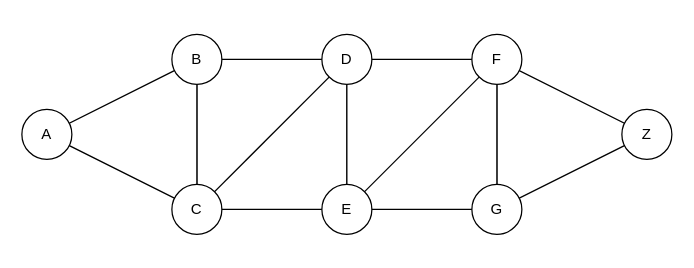
Above: Dijkstra.drawio in obamaspy/Random-stuff (draw.io), before the change. Source tidied: cells renumbered, new cells numbered last; positions are measured from the earlier drawing's top-left corner, leaving out a move shared by most shapes. Both pictures are drawn from the tidied source at 125%, with x=0, y=0 at pixel (21, 34).
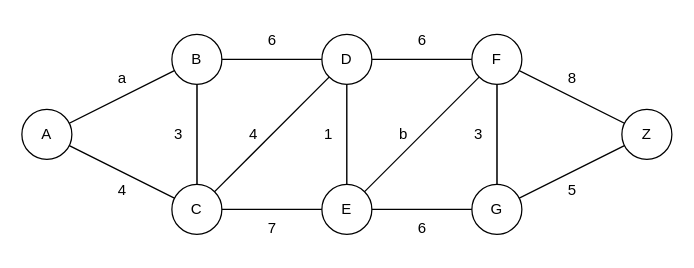
The same diagram, later.

The edit, as a diff of the source:
```diff
@@
+    <mxCell id="16" value="4" style="text;html=1;align=center;verticalAlign=middle;strokeColor=none;fillColor=none;" parent="1" vertex="1">
+      <mxGeometry x="65" y="110" width="30" height="30" as="geometry" />
+    </mxCell>
+    <mxCell id="17" value="3" style="text;html=1;align=center;verticalAlign=middle;strokeColor=none;fillColor=none;" parent="1" vertex="1">
+      <mxGeometry x="110" y="65" width="30" height="30" as="geometry" />
+    </mxCell>
+    <mxCell id="18" value="a" style="text;html=1;align=center;verticalAlign=middle;strokeColor=none;fillColor=none;" parent="1" vertex="1">
+      <mxGeometry x="65" y="20" width="30" height="30" as="geometry" />
+    </mxCell>
+    <mxCell id="19" value="6" style="text;html=1;align=center;verticalAlign=middle;strokeColor=none;fillColor=none;" parent="1" vertex="1">
+      <mxGeometry x="185" y="-10" width="30" height="30" as="geometry" />
+    </mxCell>
+    <mxCell id="20" value="1" style="text;html=1;align=center;verticalAlign=middle;strokeColor=none;fillColor=none;" parent="1" vertex="1">
+      <mxGeometry x="230" y="65" width="30" height="30" as="geometry" />
+    </mxCell>
+    <mxCell id="21" value="4" style="text;html=1;align=center;verticalAlign=middle;strokeColor=none;fillColor=none;" parent="1" vertex="1">
+      <mxGeometry x="170" y="65" width="30" height="30" as="geometry" />
+    </mxCell>
+    <mxCell id="22" value="7" style="text;html=1;align=center;verticalAlign=middle;strokeColor=none;fillColor=none;" parent="1" vertex="1">
+      <mxGeometry x="185" y="140" width="30" height="30" as="geometry" />
+    </mxCell>
+    <mxCell id="23" value="6" style="text;html=1;align=center;verticalAlign=middle;strokeColor=none;fillColor=none;" parent="1" vertex="1">
+      <mxGeometry x="305" y="-10" width="30" height="30" as="geometry" />
+    </mxCell>
+    <mxCell id="24" value="6" style="text;html=1;align=center;verticalAlign=middle;strokeColor=none;fillColor=none;" parent="1" vertex="1">
+      <mxGeometry x="305" y="140" width="30" height="30" as="geometry" />
+    </mxCell>
+    <mxCell id="25" value="b" style="text;html=1;align=center;verticalAlign=middle;strokeColor=none;fillColor=none;" parent="1" vertex="1">
+      <mxGeometry x="290" y="65" width="30" height="30" as="geometry" />
+    </mxCell>
+    <mxCell id="26" value="3" style="text;html=1;align=center;verticalAlign=middle;strokeColor=none;fillColor=none;" parent="1" vertex="1">
+      <mxGeometry x="350" y="65" width="30" height="30" as="geometry" />
+    </mxCell>
+    <mxCell id="27" value="8" style="text;html=1;align=center;verticalAlign=middle;strokeColor=none;fillColor=none;" parent="1" vertex="1">
+      <mxGeometry x="425" y="20" width="30" height="30" as="geometry" />
+    </mxCell>
+    <mxCell id="28" value="5" style="text;html=1;align=center;verticalAlign=middle;strokeColor=none;fillColor=none;" parent="1" vertex="1">
+      <mxGeometry x="425" y="110" width="30" height="30" as="geometry" />
+    </mxCell>
```
